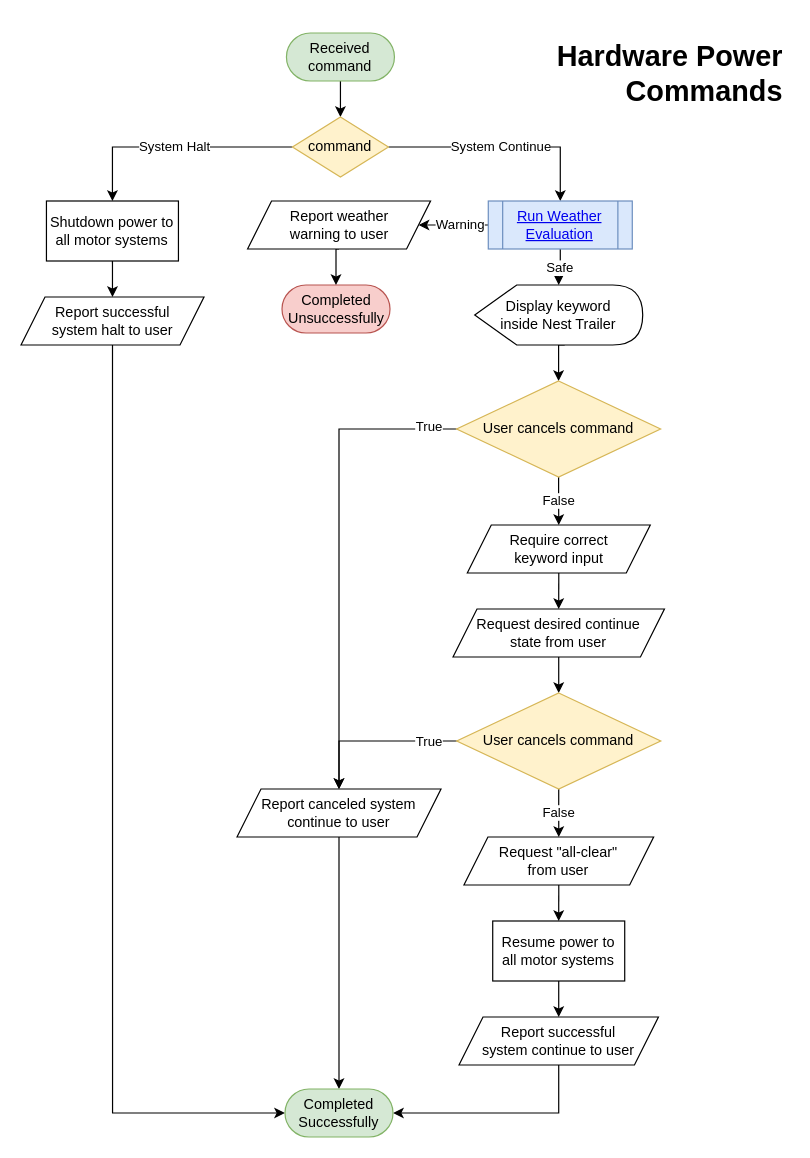
Earlier version of the draw.io diagram page "Hardware-Power-Commands" (3 of 9) of Drawio-Diagrams/Nest Behavioral Diagrams Fall-2020.drawio (impress-msu/Documentation). Source tidied: cells renumbered, new cells numbered last; positions are measured from the earlier drawing's top-left corner, leaving out a move shared by most shapes. Both pictures are drawn from the tidied source at 120%, with x=0, y=0 at pixel (20, 32).
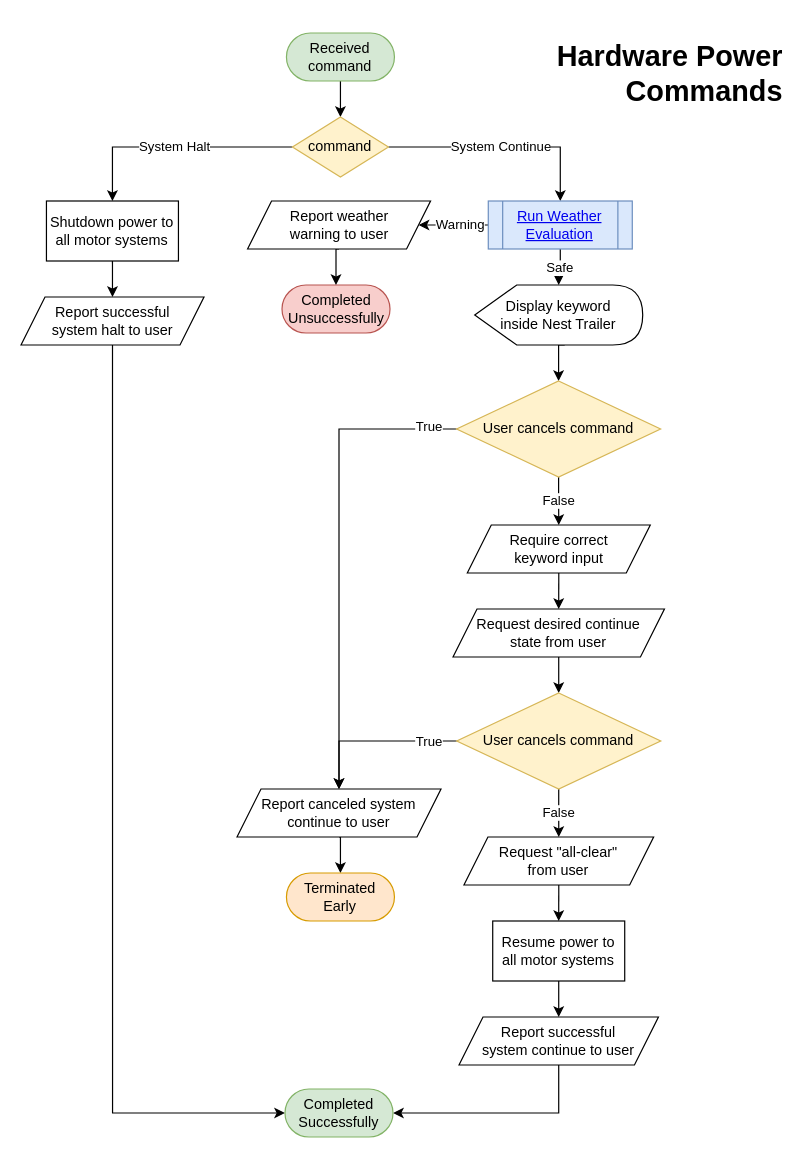
The same page after the edit.

Unchanged cells that the change refers to:
```xml
<mxCell id="32" value="Report canceled system continue to user" style="shape=parallelogram;perimeter=parallelogramPerimeter;whiteSpace=wrap;html=1;fixedSize=1;spacing=20;" parent="1" vertex="1">
  <mxGeometry x="180" y="630" width="170" height="40" as="geometry" />
</mxCell>
<mxCell id="33" value="Completed Successfully" style="rounded=1;whiteSpace=wrap;html=1;arcSize=50;fillColor=#d5e8d4;strokeColor=#82b366;" parent="1" vertex="1">
  <mxGeometry x="220" y="880" width="90" height="40" as="geometry" />
</mxCell>
```

The edit, as a diff of the source:
```diff
@@
-    <mxCell id="31" style="edgeStyle=orthogonalEdgeStyle;rounded=0;jettySize=auto;html=1;exitX=0.5;exitY=1;exitDx=0;exitDy=0;entryX=0.5;entryY=0;entryDx=0;entryDy=0;strokeColor=#000000;fontColor=#000000;" parent="1" edge="1" source="32" target="33">
-      <mxGeometry relative="1" as="geometry" />
-    </mxCell>
+    <mxCell id="41" style="edgeStyle=orthogonalEdgeStyle;rounded=0;jettySize=auto;html=1;exitX=0.5;exitY=1;exitDx=0;exitDy=0;entryX=0.5;entryY=0;entryDx=0;entryDy=0;" parent="1" edge="1" source="32" target="42">
+      <mxGeometry relative="1" as="geometry" />
+    </mxCell>
@@
+    <mxCell id="42" value="Terminated Early" style="rounded=1;whiteSpace=wrap;html=1;arcSize=50;fillColor=#ffe6cc;strokeColor=#d79b00;" parent="1" vertex="1">
+      <mxGeometry x="221.2" y="700" width="90" height="40" as="geometry" />
+    </mxCell>
```
